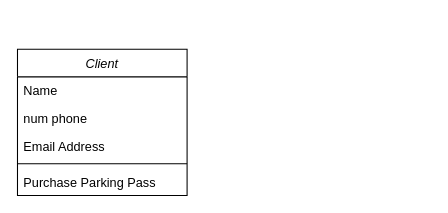
Earlier version of the draw.io diagram uml/ClientClassDiagram.drawio (FilippoRiva/ing-sw-2023-riva-vinci-sulfaro-sonzini). Source tidied: cells renumbered, new cells numbered last; positions are measured from the earlier drawing's top-left corner, leaving out a move shared by most shapes. Both pictures are drawn from the tidied source at 106%, with x=0, y=0 at pixel (17, 49).
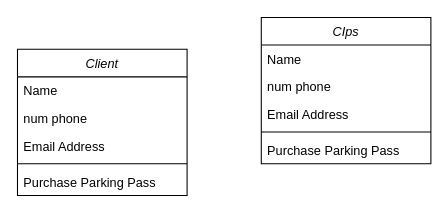
The same page after the edit.

Commit message:
Aggiunto Cips

What changed in the source:
```diff
@@
 <mxGraphModel>
   <root>
     <mxCell id="0" />
     <mxCell id="1" parent="0" />
     <mxCell id="2" value="Client" style="swimlane;fontStyle=2;align=center;verticalAlign=top;horizontal=1;startSize=26;rounded=0;shadow=0;strokeWidth=1;" parent="1" vertex="1">
       <mxGeometry width="160" height="138" as="geometry" />
     </mxCell>
     <mxCell id="3" value="Name" style="text;align=left;verticalAlign=top;spacingLeft=4;spacingRight=4;overflow=hidden;" parent="2" vertex="1">
       <mxGeometry y="26" width="160" height="26" as="geometry" />
     </mxCell>
     <mxCell id="4" value="num phone" style="text;align=left;verticalAlign=top;spacingLeft=4;spacingRight=4;overflow=hidden;rounded=0;shadow=0;html=0;" parent="2" vertex="1">
       <mxGeometry y="52" width="160" height="26" as="geometry" />
     </mxCell>
     <mxCell id="5" value="Email Address" style="text;align=left;verticalAlign=top;spacingLeft=4;spacingRight=4;overflow=hidden;rounded=0;shadow=0;html=0;" parent="2" vertex="1">
       <mxGeometry y="78" width="160" height="26" as="geometry" />
     </mxCell>
     <mxCell id="6" style="line;html=1;strokeWidth=1;align=left;verticalAlign=middle;spacingTop=-1;spacingLeft=3;spacingRight=3;labelPosition=right;" parent="2" vertex="1">
       <mxGeometry y="104" width="160" height="8" as="geometry" />
     </mxCell>
     <mxCell id="7" value="Purchase Parking Pass" style="text;align=left;verticalAlign=top;spacingLeft=4;spacingRight=4;overflow=hidden;" parent="2" vertex="1">
       <mxGeometry y="112" width="160" height="26" as="geometry" />
     </mxCell>
+    <mxCell id="8" value="CIps" style="swimlane;fontStyle=2;align=center;verticalAlign=top;horizontal=1;startSize=26;rounded=0;shadow=0;strokeWidth=1;" parent="1" vertex="1">
+      <mxGeometry x="230" y="-30" width="160" height="138" as="geometry" />
+    </mxCell>
+    <mxCell id="9" value="Name" style="text;align=left;verticalAlign=top;spacingLeft=4;spacingRight=4;overflow=hidden;" parent="8" vertex="1">
+      <mxGeometry y="26" width="160" height="26" as="geometry" />
+    </mxCell>
+    <mxCell id="10" value="num phone" style="text;align=left;verticalAlign=top;spacingLeft=4;spacingRight=4;overflow=hidden;rounded=0;shadow=0;html=0;" parent="8" vertex="1">
+      <mxGeometry y="52" width="160" height="26" as="geometry" />
+    </mxCell>
+    <mxCell id="11" value="Email Address" style="text;align=left;verticalAlign=top;spacingLeft=4;spacingRight=4;overflow=hidden;rounded=0;shadow=0;html=0;" parent="8" vertex="1">
+      <mxGeometry y="78" width="160" height="26" as="geometry" />
+    </mxCell>
+    <mxCell id="12" style="line;html=1;strokeWidth=1;align=left;verticalAlign=middle;spacingTop=-1;spacingLeft=3;spacingRight=3;labelPosition=right;" parent="8" vertex="1">
+      <mxGeometry y="104" width="160" height="8" as="geometry" />
+    </mxCell>
+    <mxCell id="13" value="Purchase Parking Pass" style="text;align=left;verticalAlign=top;spacingLeft=4;spacingRight=4;overflow=hidden;" parent="8" vertex="1">
+      <mxGeometry y="112" width="160" height="26" as="geometry" />
+    </mxCell>
   </root>
 </mxGraphModel>
```
